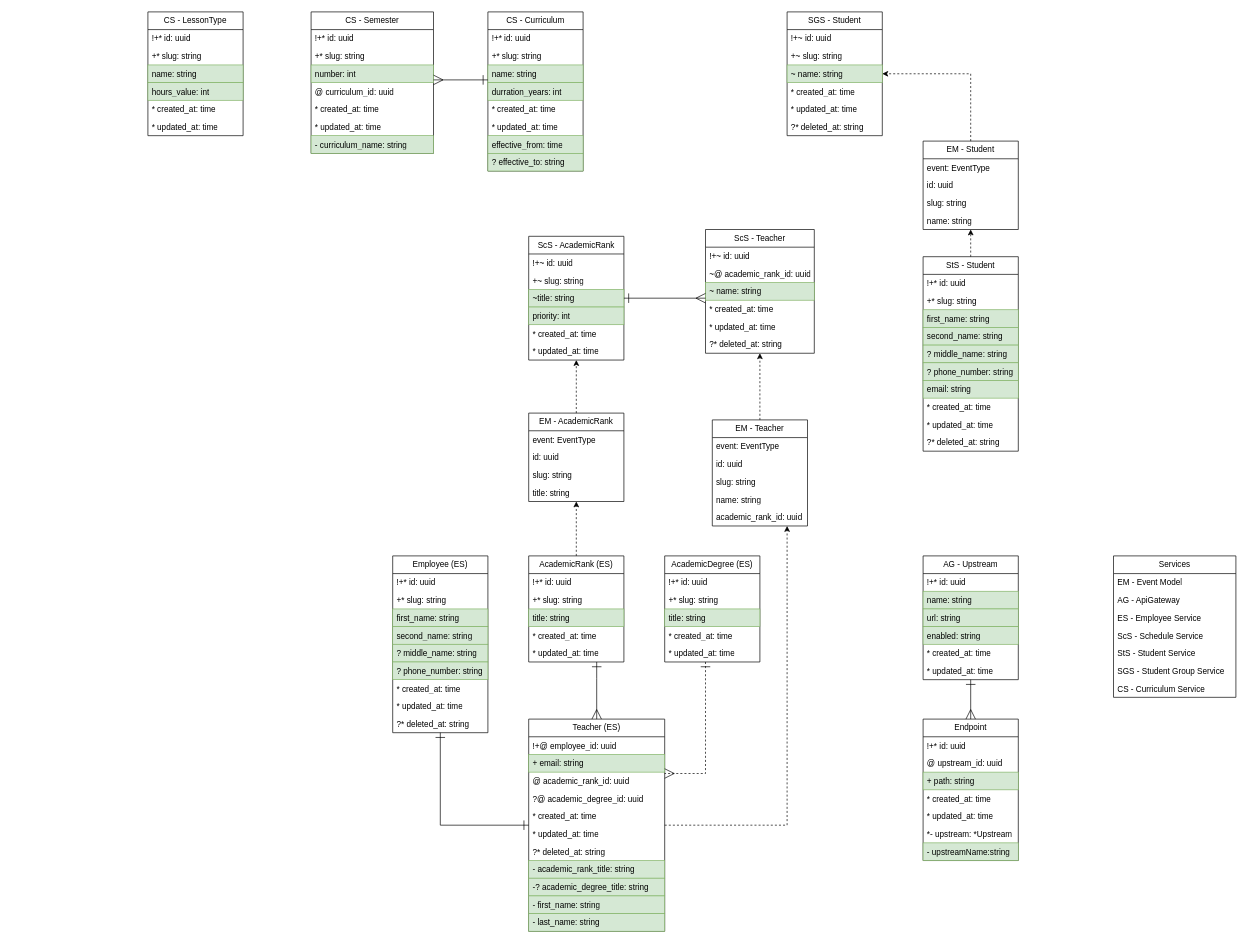
This is page "General" (2 of 8) of docs/entity_relationship.drawio from IrusHunter/duckademic, a draw.io file, before an edit. Source tidied: cells renumbered, new cells numbered last; positions are measured from the earlier drawing's top-left corner, leaving out a move shared by most shapes. Both pictures are drawn from the tidied source at 68%, with x=0, y=0 at pixel (148, 12).
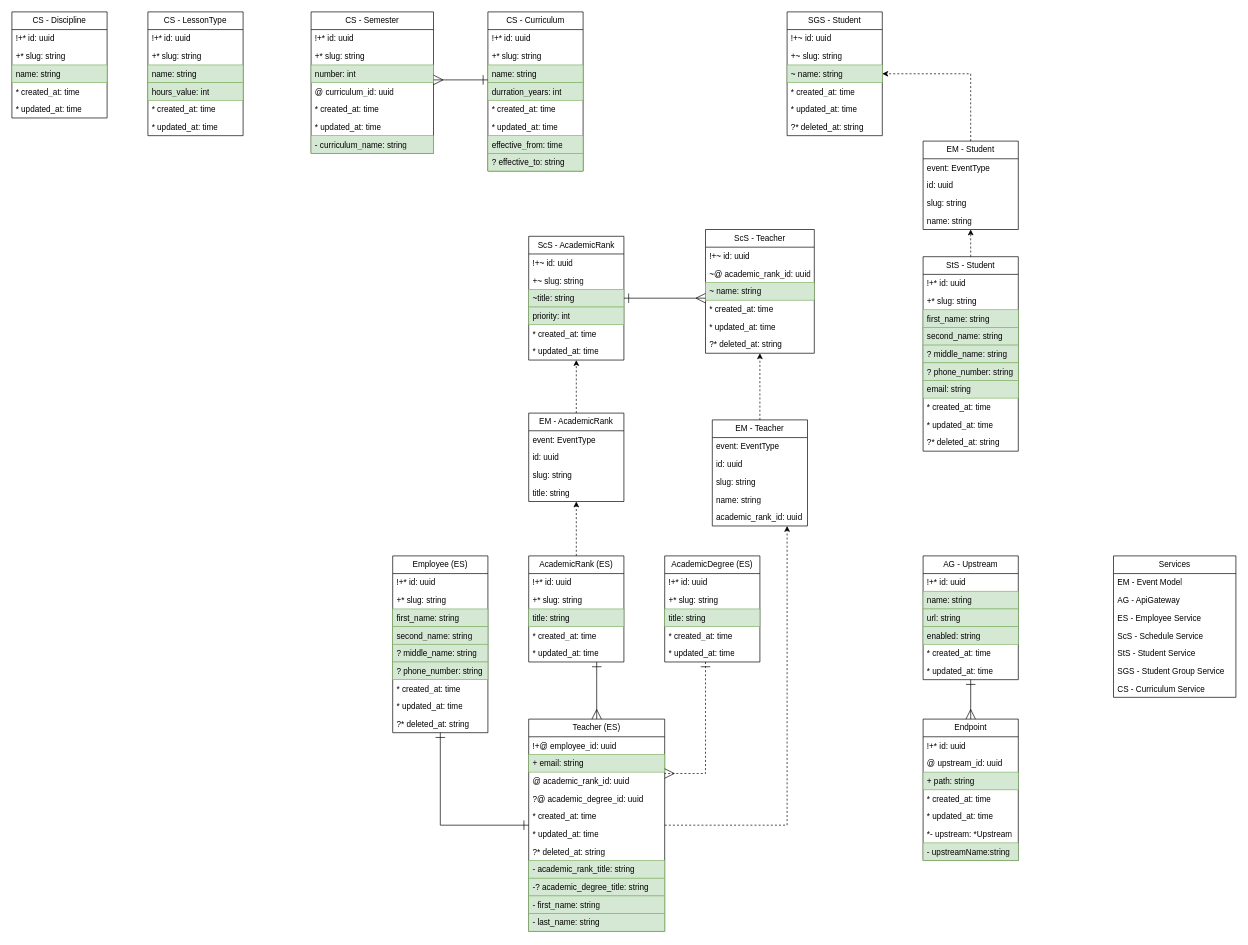
Above is the later version.

Change to the diagram source:
```diff
@@
+    <mxCell id="143" value="CS - Discipline" style="swimlane;fontStyle=0;horizontal=1;startSize=26;fillColor=none;whiteSpace=wrap;html=1;" parent="1" vertex="1">
+      <mxGeometry x="-200" width="140" height="156" as="geometry" />
+    </mxCell>
+    <mxCell id="144" value="!+* id: uuid" style="text;strokeColor=none;fillColor=none;align=left;verticalAlign=top;spacingLeft=4;spacingRight=4;overflow=hidden;whiteSpace=wrap;html=1;" parent="143" vertex="1">
+      <mxGeometry y="26" width="140" height="26" as="geometry" />
+    </mxCell>
+    <mxCell id="145" value="+* slug: string" style="text;strokeColor=none;fillColor=none;align=left;verticalAlign=top;spacingLeft=4;spacingRight=4;overflow=hidden;whiteSpace=wrap;html=1;" parent="143" vertex="1">
+      <mxGeometry y="52" width="140" height="26" as="geometry" />
+    </mxCell>
+    <mxCell id="146" value="name: string" style="text;strokeColor=#82b366;fillColor=#d5e8d4;align=left;verticalAlign=top;spacingLeft=4;spacingRight=4;overflow=hidden;whiteSpace=wrap;html=1;" parent="143" vertex="1">
+      <mxGeometry y="78" width="140" height="26" as="geometry" />
+    </mxCell>
+    <mxCell id="147" value="* created_at: time" style="text;strokeColor=none;fillColor=none;align=left;verticalAlign=top;spacingLeft=4;spacingRight=4;overflow=hidden;whiteSpace=wrap;html=1;" parent="143" vertex="1">
+      <mxGeometry y="104" width="140" height="26" as="geometry" />
+    </mxCell>
+    <mxCell id="148" value="* updated_at: time" style="text;strokeColor=none;fillColor=none;align=left;verticalAlign=top;spacingLeft=4;spacingRight=4;overflow=hidden;whiteSpace=wrap;html=1;" parent="143" vertex="1">
+      <mxGeometry y="130" width="140" height="26" as="geometry" />
+    </mxCell>
```
